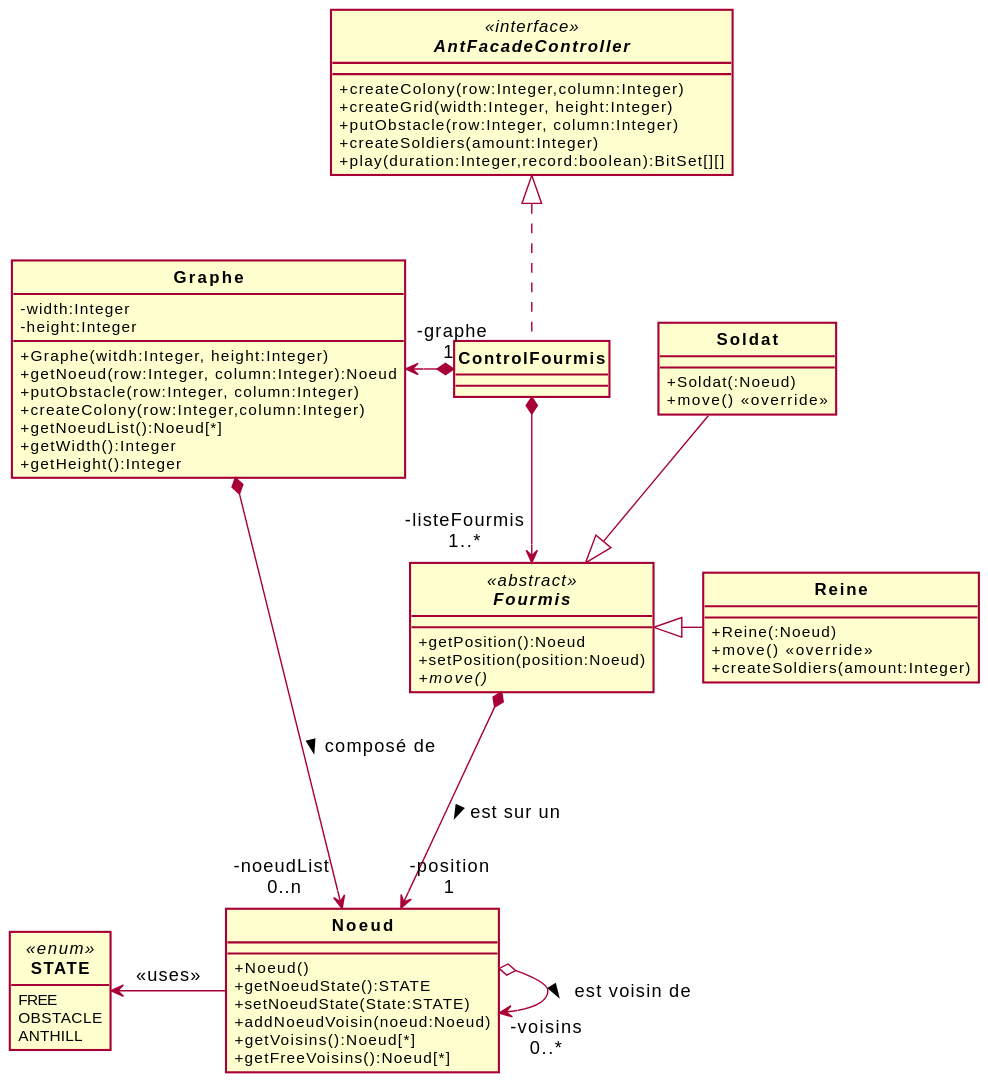
Above: Fourmis_DC.svg in ErenMustafaGit/ColonieFourmis (PlantUML), before the change.
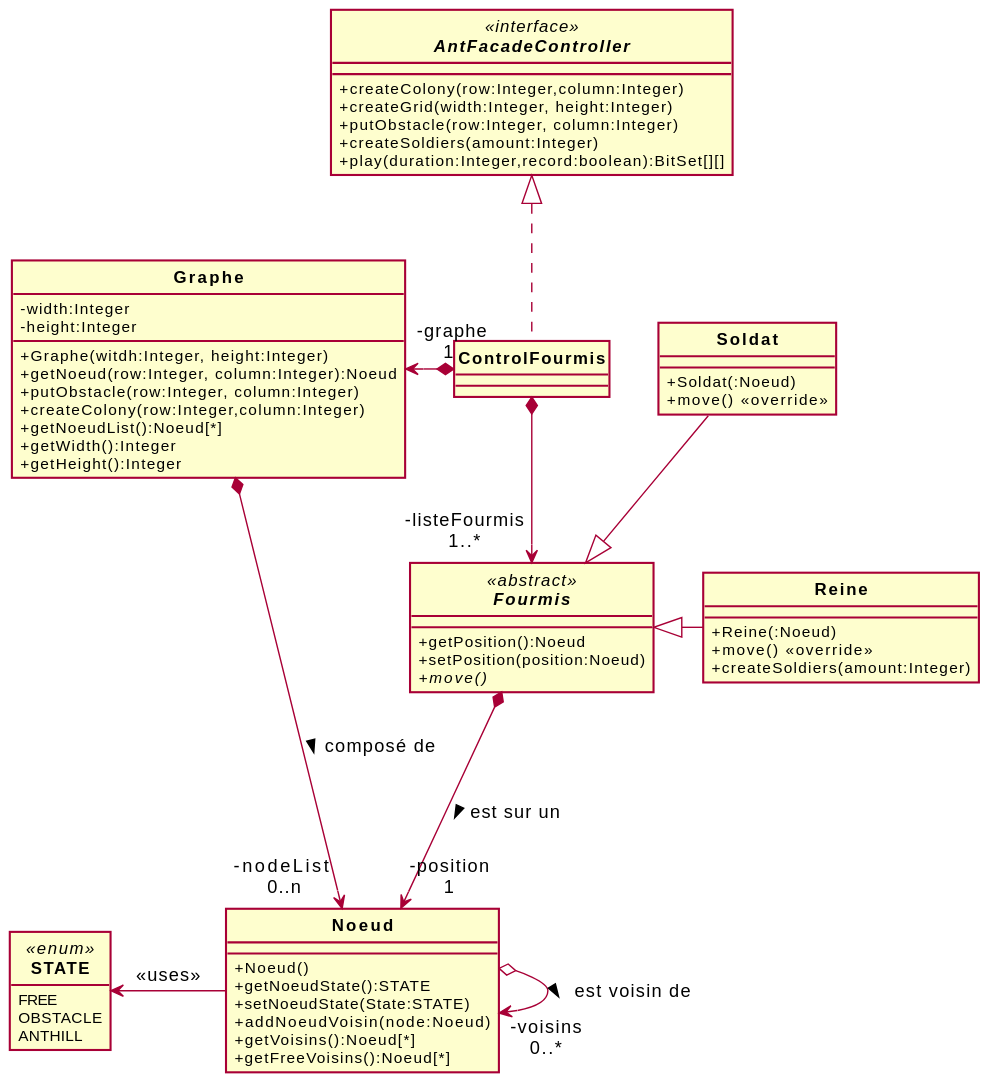
Above is the later version.

What changed in the source:
```diff
@@ -19,7 +19,7 @@
     +Noeud()
     +getNoeudState():STATE
     +setNoeudState(State:STATE)
-    +addNoeudVoisin(noeud:Noeud)
+    +addNoeudVoisin(node:Noeud)
     +getVoisins():Noeud[*]
     +getFreeVoisins():Noeud[*]
 }
@@ -70,7 +70,7 @@
 ControlFourmis "-graphe\n1 " *-l-> Graphe
 ControlFourmis  *--> "-listeFourmis\n1..*" Fourmis
 
-Graphe *-r-> "-noeudList \n0..n" Noeud : composé de >
+Graphe *-r-> "-nodeList \n0..n" Noeud : composé de >
 Fourmis *---> "-position\n1" Noeud  : est sur un >
 Noeud o-> "-voisins\n0..*"  Noeud  : est voisin de >
 
```
